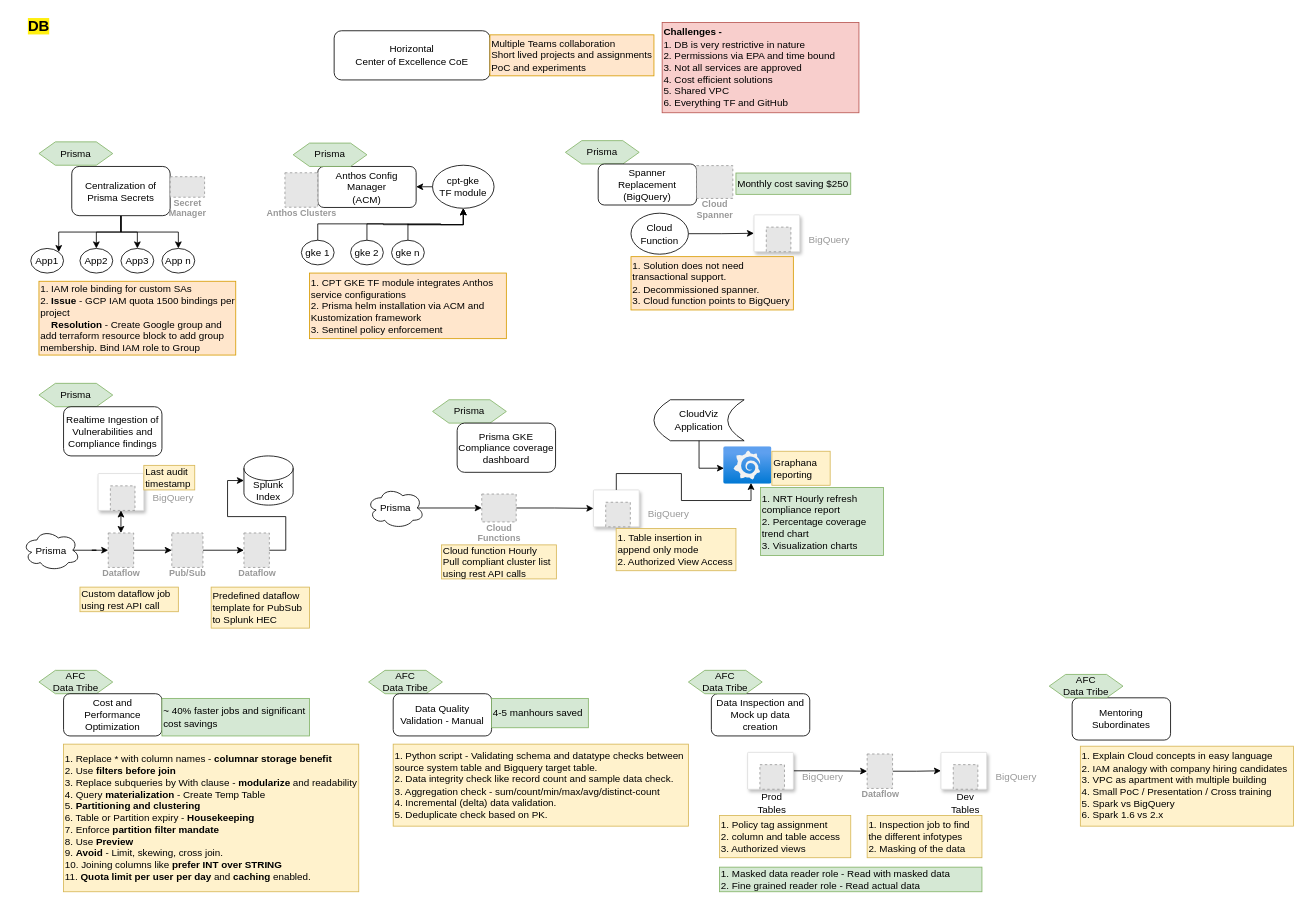
harshaldharme/ProjectSpaces keeps this draw.io diagram as DB/DB-Project.drawio. Above is the earlier version. Source tidied: cells renumbered, new cells numbered last; positions are measured from the earlier drawing's top-left corner, leaving out a move shared by most shapes. Both pictures are drawn from the tidied source at 82%, with x=0, y=0 at pixel (14, 14). Pictures stored in the file or linked from it are replaced by grey dashed boxes.
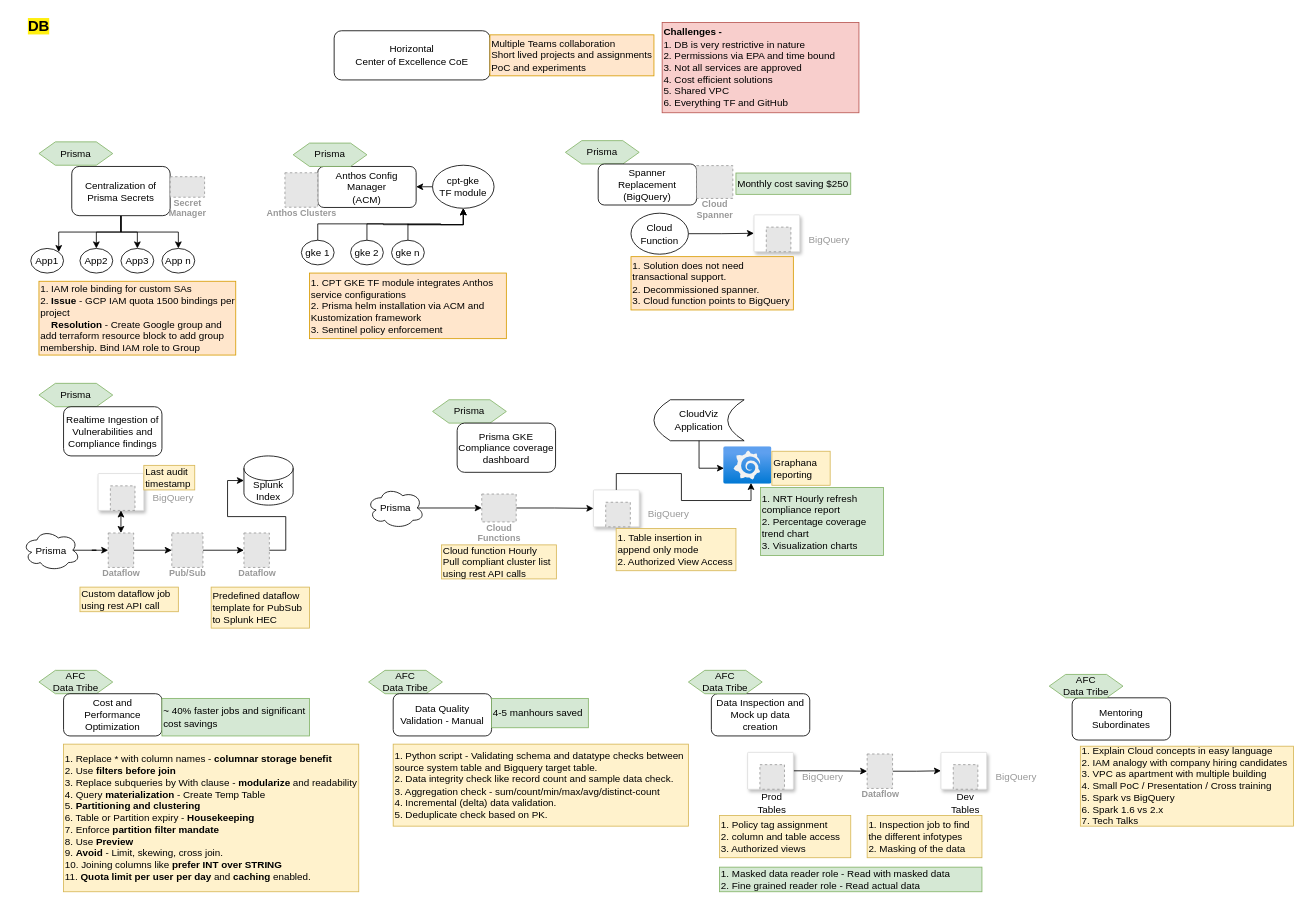
After the change.

Diff of the diagram source:
```diff
@@
-    <mxCell id="101" value="1. Explain Cloud concepts in easy language&lt;br&gt;2. IAM analogy with company hiring candidates&lt;br&gt;3. VPC as apartment with multiple building&lt;br&gt;4. Small PoC / Presentation / Cross training&lt;br&gt;5. Spark vs BigQuery&lt;br&gt;6. Spark 1.6 vs 2.x" style="text;html=1;align=left;verticalAlign=middle;whiteSpace=wrap;rounded=0;fillColor=#fff2cc;strokeColor=#d6b656;" parent="1" vertex="1">
+    <mxCell id="101" value="1. Explain Cloud concepts in easy language&lt;br&gt;2. IAM analogy with company hiring candidates&lt;br&gt;3. VPC as apartment with multiple building&lt;br&gt;4. Small PoC / Presentation / Cross training&lt;br&gt;5. Spark vs BigQuery&lt;br&gt;6. Spark 1.6 vs 2.x&lt;br&gt;7. Tech Talks" style="text;html=1;align=left;verticalAlign=middle;whiteSpace=wrap;rounded=0;fillColor=#fff2cc;strokeColor=#d6b656;" parent="1" vertex="1">
       <mxGeometry x="1300" y="892.5" width="260" height="97.5" as="geometry" />
     </mxCell>
```
